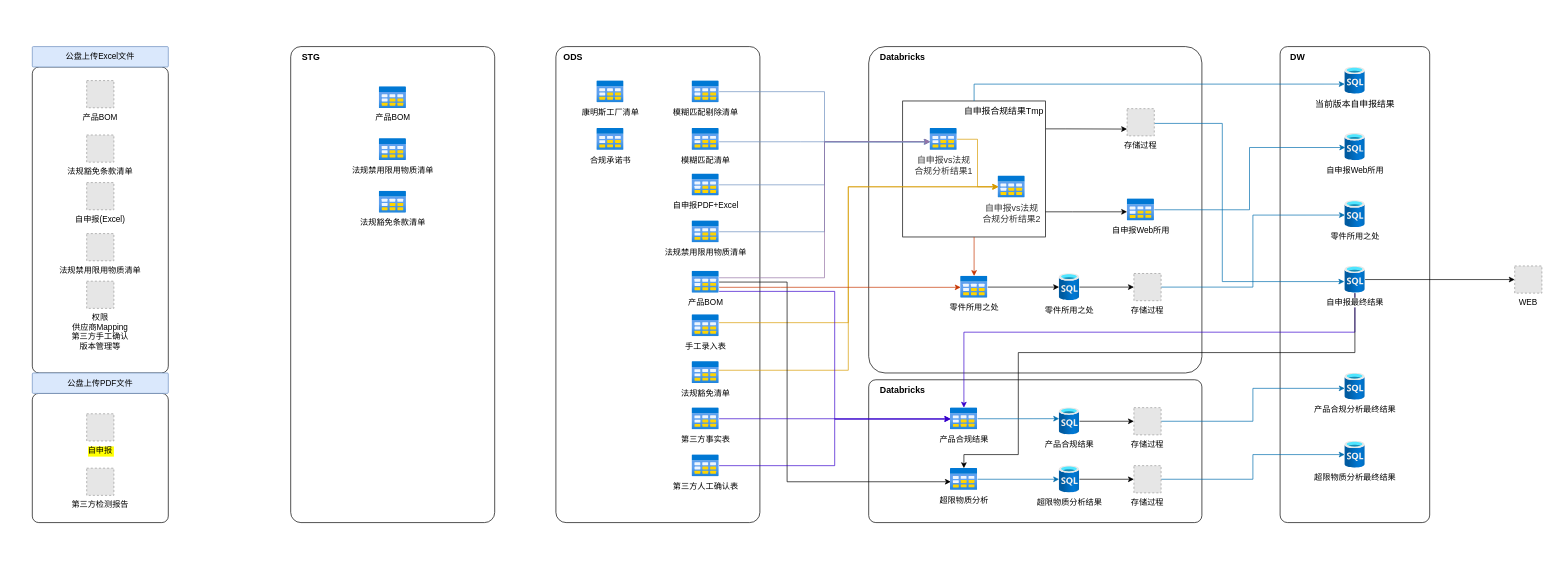
Earlier version of the draw.io diagram 未命名绘图.drawio (newforesee/test). Source tidied: cells renumbered, new cells numbered last; positions are measured from the earlier drawing's top-left corner, leaving out a move shared by most shapes. Both pictures are drawn from the tidied source at 68%, with x=0, y=0 at pixel (32, 46). Pictures stored in the file or linked from it are replaced by grey dashed boxes.
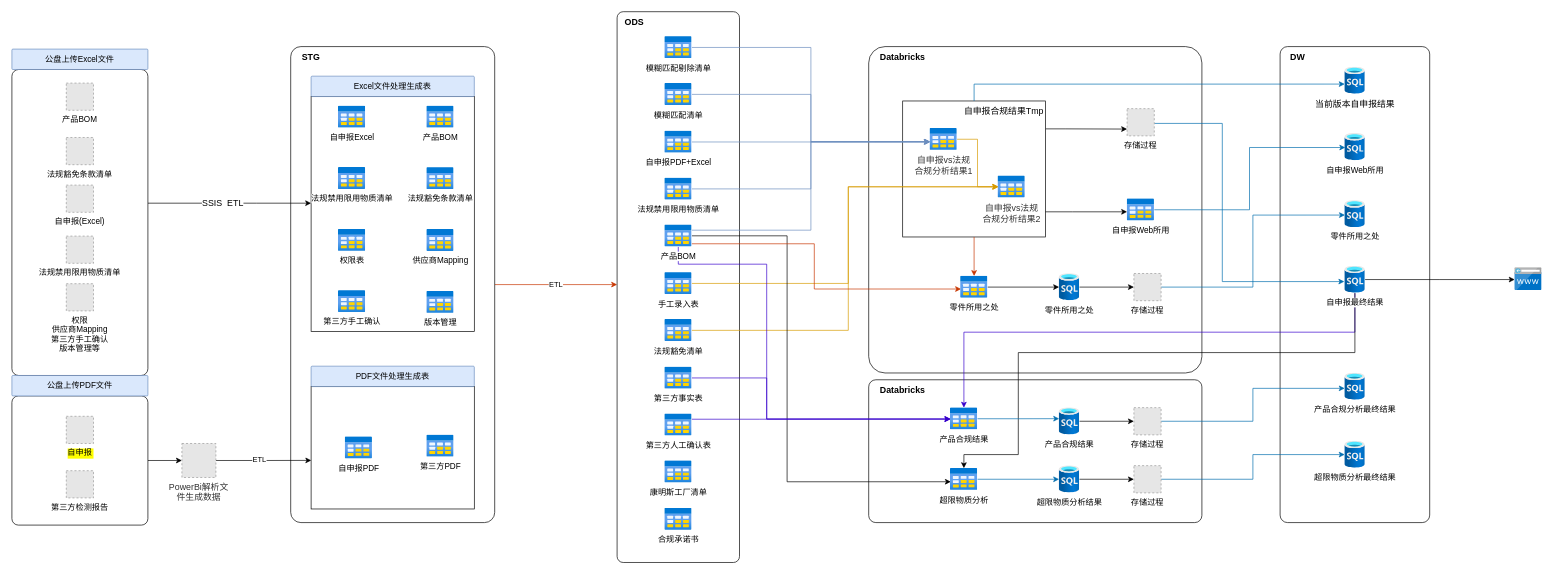
After the change.

Commit message (it also covers changes not shown here):
更新未命名绘图.drawio

Unchanged cells that the change refers to:
```xml
<mxCell id="52" value="&lt;span style=&quot;color: rgb(50, 50, 50); font-family: 微软雅黑; font-size: 13px; background-color: rgba(255, 255, 255, 0.01);&quot;&gt;自申报vs法规&lt;br&gt;合规分析结果2&lt;/span&gt;" style="html=1;points=[];align=center;image;fontSize=12;image=img/lib/azure2/general/Table.svg;" parent="1" vertex="1">
  <mxGeometry x="1420" y="190" width="40" height="32.6" as="geometry" />
</mxCell>
<mxCell id="54" value="&lt;span style=&quot;color: rgb(50, 50, 50); font-family: 微软雅黑; font-size: 13px; background-color: rgba(255, 255, 255, 0.01);&quot;&gt;自申报vs法规&lt;br&gt;合规分析结果1&lt;/span&gt;" style="html=1;points=[];align=center;image;fontSize=12;image=img/lib/azure2/general/Table.svg;" parent="1" vertex="1">
  <mxGeometry x="1320" y="120" width="40" height="32.6" as="geometry" />
</mxCell>
<mxCell id="59" value="零件所用之处" style="html=1;points=[];align=center;image;fontSize=12;image=img/lib/azure2/general/Table.svg;" parent="1" vertex="1">
  <mxGeometry x="1365" y="337.4" width="40" height="32.6" as="geometry" />
</mxCell>
<mxCell id="63" value="自申报最终结果" style="html=1;points=[];align=center;image;fontSize=12;image=img/lib/azure2/databases/SQL_Database.svg;" parent="1" vertex="1">
  <mxGeometry x="1930" y="322.6" width="30" height="40" as="geometry" />
</mxCell>
<mxCell id="73" value="产品合规结果" style="html=1;points=[];align=center;image;fontSize=12;image=img/lib/azure2/general/Table.svg;labelBackgroundColor=#FFFFFF;fontColor=none;" parent="1" vertex="1">
  <mxGeometry x="1350" y="531" width="40" height="32.6" as="geometry" />
</mxCell>
<mxCell id="77" value="超限物质分析" style="html=1;points=[];align=center;image;fontSize=12;image=img/lib/azure2/general/Table.svg;labelBackgroundColor=#FFFFFF;fontColor=none;" parent="1" vertex="1">
  <mxGeometry x="1350" y="620" width="40" height="32.6" as="geometry" />
</mxCell>
```

What changed in the source:
```diff
@@
+    <mxCell id="90" value="ETL" style="edgeStyle=orthogonalEdgeStyle;rounded=0;jettySize=auto;html=1;strokeColor=#C73500;" parent="1" edge="1" source="7">
+      <mxGeometry relative="1" as="geometry">
+        <mxPoint x="860" y="350" as="targetPoint" />
+      </mxGeometry>
+    </mxCell>
+    <mxCell id="7" style="rounded=1;whiteSpace=wrap;html=1;labelBackgroundColor=#FFFF00;arcSize=5;" parent="1" vertex="1">
+      <mxGeometry x="380" width="300" height="700" as="geometry" />
+    </mxCell>
+    <mxCell id="91" style="rounded=0;whiteSpace=wrap;html=1;labelBackgroundColor=#FFFFFF;fontSize=13;fontColor=none;" parent="1" vertex="1">
+      <mxGeometry x="410" y="73.5" width="240" height="345.6" as="geometry" />
+    </mxCell>
@@
     <mxCell id="6" style="rounded=1;whiteSpace=wrap;html=1;arcSize=5;" parent="1" vertex="1">
-      <mxGeometry x="770" width="300" height="700" as="geometry" />
+      <mxGeometry x="860" y="-51.3" width="180" height="810" as="geometry" />
     </mxCell>
-    <mxCell id="7" style="rounded=1;whiteSpace=wrap;html=1;labelBackgroundColor=#FFFF00;arcSize=5;" parent="1" vertex="1">
-      <mxGeometry x="380" width="300" height="700" as="geometry" />
-    </mxCell>
+    <mxCell id="92" style="edgeStyle=orthogonalEdgeStyle;rounded=0;jettySize=auto;html=1;entryX=0;entryY=0.5;entryDx=0;entryDy=0;" parent="1" edge="1" source="8" target="108">
+      <mxGeometry relative="1" as="geometry" />
+    </mxCell>
     <mxCell id="8" style="rounded=1;whiteSpace=wrap;html=1;arcSize=5;" parent="1" vertex="1">
-      <mxGeometry y="510" width="200" height="190" as="geometry" />
+      <mxGeometry x="-30" y="513.7" width="200" height="190" as="geometry" />
     </mxCell>
+    <mxCell id="93" value="SSIS&amp;nbsp; ETL" style="edgeStyle=orthogonalEdgeStyle;rounded=0;jettySize=auto;html=1;entryX=0.1;entryY=0.329;entryDx=0;entryDy=0;entryPerimeter=0;strokeColor=#000000;fontSize=13;fontColor=none;" parent="1" edge="1" source="9" target="7">
+      <mxGeometry x="-0.08" relative="1" as="geometry">
+        <Array as="points">
+          <mxPoint x="330" y="230" />
+        </Array>
+      </mxGeometry>
+    </mxCell>
     <mxCell id="9" style="rounded=1;whiteSpace=wrap;html=1;arcSize=5;" parent="1" vertex="1">
-      <mxGeometry y="30" width="200" height="450" as="geometry" />
+      <mxGeometry x="-30" y="33.7" width="200" height="450" as="geometry" />
     </mxCell>
     <mxCell id="10" value="产品BOM&#10;" style="fillColor=#E6E6E6;strokeColor=#999999;dashed=1;verticalLabelPosition=bottom;labelBackgroundColor=default;verticalAlign=top;" parent="1" vertex="1">
-      <mxGeometry x="80" y="50" width="40" height="40" as="geometry" />
+      <mxGeometry x="50" y="53.7" width="40" height="40" as="geometry" />
     </mxCell>
     <mxCell id="11" value="法规禁用限用物质清单" style="fillColor=#E6E6E6;strokeColor=#999999;dashed=1;verticalLabelPosition=bottom;labelBackgroundColor=default;verticalAlign=top;" parent="1" vertex="1">
-      <mxGeometry x="80" y="275" width="40" height="40" as="geometry" />
+      <mxGeometry x="50" y="278.7" width="40" height="40" as="geometry" />
     </mxCell>
     <mxCell id="12" value="法规豁免条款清单" style="fillColor=#E6E6E6;strokeColor=#999999;dashed=1;verticalLabelPosition=bottom;labelBackgroundColor=default;verticalAlign=top;" parent="1" vertex="1">
-      <mxGeometry x="80" y="130" width="40" height="40" as="geometry" />
+      <mxGeometry x="50" y="133.7" width="40" height="40" as="geometry" />
     </mxCell>
     <mxCell id="13" value="权限&#10;供应商Mapping&#10;第三方手工确认&#10;版本管理等" style="fillColor=#E6E6E6;strokeColor=#999999;dashed=1;verticalLabelPosition=bottom;labelBackgroundColor=default;verticalAlign=top;" parent="1" vertex="1">
-      <mxGeometry x="80" y="345" width="40" height="40" as="geometry" />
+      <mxGeometry x="50" y="348.7" width="40" height="40" as="geometry" />
     </mxCell>
     <mxCell id="14" value="自申报(Excel)" style="fillColor=#E6E6E6;strokeColor=#999999;dashed=1;verticalLabelPosition=bottom;labelBackgroundColor=default;verticalAlign=top;" parent="1" vertex="1">
-      <mxGeometry x="80" y="200" width="40" height="40" as="geometry" />
+      <mxGeometry x="50" y="203.7" width="40" height="40" as="geometry" />
     </mxCell>
     <mxCell id="15" value="自申报" style="fillColor=#E6E6E6;strokeColor=#999999;dashed=1;verticalLabelPosition=bottom;labelBackgroundColor=#FFFF00;verticalAlign=top;" parent="1" vertex="1">
-      <mxGeometry x="80" y="540" width="40" height="40" as="geometry" />
+      <mxGeometry x="50" y="543.7" width="40" height="40" as="geometry" />
     </mxCell>
     <mxCell id="16" value="第三方检测报告" style="fillColor=#E6E6E6;strokeColor=#999999;dashed=1;verticalLabelPosition=bottom;labelBackgroundColor=#ffffff;verticalAlign=top;" parent="1" vertex="1">
-      <mxGeometry x="80" y="620" width="40" height="40" as="geometry" />
+      <mxGeometry x="50" y="623.7" width="40" height="40" as="geometry" />
     </mxCell>
     <mxCell id="17" value="公盘上传Excel文件" style="rounded=1;whiteSpace=wrap;html=1;arcSize=5;absoluteArcSize=0;fillColor=#dae8fc;strokeColor=#6c8ebf;" parent="1" vertex="1">
-      <mxGeometry width="200" height="30" as="geometry" />
+      <mxGeometry x="-30" y="3.7" width="200" height="30" as="geometry" />
     </mxCell>
@@
-    <mxCell id="23" value="WEB" style="fillColor=#E6E6E6;strokeColor=#999999;dashed=1;verticalLabelPosition=bottom;labelBackgroundColor=default;verticalAlign=top;" parent="1" vertex="1">
-      <mxGeometry x="2180" y="322.6" width="40" height="40" as="geometry" />
-    </mxCell>
     <mxCell id="24" value="公盘上传PDF文件" style="rounded=1;whiteSpace=wrap;html=1;arcSize=5;absoluteArcSize=0;fillColor=#dae8fc;strokeColor=#6c8ebf;" parent="1" vertex="1">
-      <mxGeometry y="480" width="200" height="30" as="geometry" />
+      <mxGeometry x="-30" y="483.7" width="200" height="30" as="geometry" />
     </mxCell>
@@
-    <mxCell id="26" value="产品BOM" style="html=1;align=center;image;fontSize=12;image=img/lib/azure2/general/Table.svg;" parent="1" vertex="1">
-      <mxGeometry x="510" y="58.7" width="40" height="32.6" as="geometry" />
+    <mxCell id="26" value="产品BOM" style="html=1;align=center;image;fontSize=12;image=img/lib/azure2/general/Table.svg;flipV=0;" parent="1" vertex="1">
+      <mxGeometry x="580" y="87.2" width="40" height="32.6" as="geometry" />
     </mxCell>
@@
-    <mxCell id="30" style="edgeStyle=orthogonalEdgeStyle;rounded=0;jettySize=auto;html=1;entryX=-0.011;entryY=0.614;entryDx=0;entryDy=0;entryPerimeter=0;fontSize=13;fillColor=#dae8fc;strokeColor=#6c8ebf;" parent="1" edge="1" source="68" target="54">
-      <mxGeometry relative="1" as="geometry">
-        <Array as="points">
-          <mxPoint x="1130" y="140" />
-          <mxPoint x="1130" y="140" />
-        </Array>
-      </mxGeometry>
-    </mxCell>
     <mxCell id="31" style="edgeStyle=orthogonalEdgeStyle;rounded=0;jettySize=auto;html=1;entryX=0.007;entryY=0.497;entryDx=0;entryDy=0;entryPerimeter=0;fontSize=13;fillColor=#ffe6cc;strokeColor=#d79b00;" parent="1" edge="1" source="37" target="52">
       <mxGeometry relative="1" as="geometry">
         <Array as="points">
-          <mxPoint x="1200" y="476" />
+          <mxPoint x="1200" y="417" />
           <mxPoint x="1200" y="206" />
         </Array>
       </mxGeometry>
     </mxCell>
     <mxCell id="32" style="edgeStyle=orthogonalEdgeStyle;rounded=0;jettySize=auto;html=1;entryX=0.025;entryY=0.497;entryDx=0;entryDy=0;entryPerimeter=0;fontSize=13;fillColor=#ffe6cc;strokeColor=#d79b00;" parent="1" edge="1" source="36" target="52">
       <mxGeometry relative="1" as="geometry">
         <Array as="points">
-          <mxPoint x="1200" y="406" />
+          <mxPoint x="1200" y="348" />
           <mxPoint x="1200" y="206" />
         </Array>
       </mxGeometry>
     </mxCell>
     <mxCell id="33" value="法规禁用限用物质清单" style="html=1;align=center;image;fontSize=12;image=img/lib/azure2/general/Table.svg;" parent="1" vertex="1">
-      <mxGeometry x="510" y="135" width="40" height="32.6" as="geometry" />
+      <mxGeometry x="450" y="177.5" width="40" height="32.6" as="geometry" />
     </mxCell>
-    <mxCell id="34" value="法规豁免条款清单" style="html=1;align=center;image;fontSize=12;image=img/lib/azure2/general/Table.svg;" parent="1" vertex="1">
-      <mxGeometry x="510" y="212.4" width="40" height="32.6" as="geometry" />
+    <mxCell id="34" value="法规豁免条款清单" style="html=1;align=center;image;fontSize=12;image=img/lib/azure2/general/Table.svg;flipV=0;" parent="1" vertex="1">
+      <mxGeometry x="580" y="177.7" width="40" height="32.6" as="geometry" />
     </mxCell>
     <mxCell id="35" value="合规承诺书" style="html=1;align=center;image;fontSize=12;image=img/lib/azure2/general/Table.svg;" parent="1" vertex="1">
-      <mxGeometry x="830" y="120" width="40" height="32.6" as="geometry" />
+      <mxGeometry x="930" y="678.7" width="40" height="32.6" as="geometry" />
     </mxCell>
     <mxCell id="36" value="手工录入表" style="html=1;points=[];align=center;image;fontSize=12;image=img/lib/azure2/general/Table.svg;" parent="1" vertex="1">
-      <mxGeometry x="970" y="394" width="40" height="32.6" as="geometry" />
+      <mxGeometry x="930" y="332" width="40" height="32.6" as="geometry" />
     </mxCell>
     <mxCell id="37" value="法规豁免清单" style="html=1;points=[];align=center;image;fontSize=12;image=img/lib/azure2/general/Table.svg;" parent="1" vertex="1">
-      <mxGeometry x="970" y="463" width="40" height="32.6" as="geometry" />
+      <mxGeometry x="930" y="401" width="40" height="32.6" as="geometry" />
     </mxCell>
     <mxCell id="38" value="康明斯工厂清单" style="html=1;align=center;image;fontSize=12;image=img/lib/azure2/general/Table.svg;" parent="1" vertex="1">
-      <mxGeometry x="830" y="50" width="40" height="32.6" as="geometry" />
+      <mxGeometry x="930" y="609" width="40" height="32.6" as="geometry" />
     </mxCell>
     <mxCell id="39" value="ODS" style="text;html=1;align=center;verticalAlign=middle;strokeColor=none;fillColor=none;fontStyle=1;fontSize=13;" parent="1" vertex="1">
-      <mxGeometry x="770" width="50" height="30" as="geometry" />
+      <mxGeometry x="860" y="-51.3" width="50" height="30" as="geometry" />
     </mxCell>
     <mxCell id="40" value="自申报PDF+Excel" style="html=1;points=[];align=center;image;fontSize=12;image=img/lib/azure2/general/Table.svg;" parent="1" vertex="1">
-      <mxGeometry x="970" y="187" width="40" height="32.6" as="geometry" />
+      <mxGeometry x="930" y="124" width="40" height="32.6" as="geometry" />
     </mxCell>
-    <mxCell id="41" style="edgeStyle=orthogonalEdgeStyle;rounded=0;jettySize=auto;html=1;entryX=0.008;entryY=0.607;entryDx=0;entryDy=0;entryPerimeter=0;strokeColor=#9673a6;fontSize=13;fontColor=none;fillColor=#e1d5e7;" parent="1" edge="1" source="45" target="54">
-      <mxGeometry relative="1" as="geometry">
-        <Array as="points">
-          <mxPoint x="1165" y="340" />
-          <mxPoint x="1165" y="140" />
-        </Array>
-      </mxGeometry>
-    </mxCell>
     <mxCell id="42" style="edgeStyle=orthogonalEdgeStyle;rounded=0;jettySize=auto;html=1;entryX=0.019;entryY=0.612;entryDx=0;entryDy=0;entryPerimeter=0;strokeColor=#000000;fontSize=13;fontColor=none;fillColor=#ffff88;" parent="1" edge="1" source="45" target="77">
       <mxGeometry relative="1" as="geometry">
         <Array as="points">
-          <mxPoint x="1110" y="346" />
+          <mxPoint x="1110" y="278" />
           <mxPoint x="1110" y="640" />
         </Array>
       </mxGeometry>
     </mxCell>
     <mxCell id="43" style="edgeStyle=orthogonalEdgeStyle;rounded=0;jettySize=auto;html=1;entryX=0.012;entryY=0.515;entryDx=0;entryDy=0;entryPerimeter=0;strokeColor=#3700CC;fontSize=13;fontColor=none;fillColor=#6a00ff;" parent="1" edge="1" source="45" target="73">
       <mxGeometry relative="1" as="geometry">
         <Array as="points">
-          <mxPoint x="1180" y="360" />
-          <mxPoint x="1180" y="548" />
+          <mxPoint x="1080" y="320" />
+          <mxPoint x="1080" y="548" />
         </Array>
       </mxGeometry>
     </mxCell>
+    <mxCell id="41" style="edgeStyle=orthogonalEdgeStyle;rounded=0;jettySize=auto;html=1;entryX=0;entryY=0.614;entryDx=0;entryDy=0;entryPerimeter=0;fillColor=#dae8fc;strokeColor=#6c8ebf;" parent="1" edge="1" source="45" target="54">
+      <mxGeometry relative="1" as="geometry">
+        <Array as="points">
+          <mxPoint x="1145" y="270" />
+          <mxPoint x="1145" y="140" />
+        </Array>
+      </mxGeometry>
+    </mxCell>
-    <mxCell id="44" style="edgeStyle=orthogonalEdgeStyle;rounded=0;jettySize=auto;html=1;entryX=0.006;entryY=0.511;entryDx=0;entryDy=0;entryPerimeter=0;strokeColor=#C73500;fontSize=13;fontColor=none;fillColor=#e51400;" parent="1" edge="1" source="45" target="59">
+    <mxCell id="44" style="edgeStyle=orthogonalEdgeStyle;rounded=0;jettySize=auto;html=1;entryX=0.02;entryY=0.587;entryDx=0;entryDy=0;entryPerimeter=0;strokeColor=#C73500;" parent="1" edge="1" source="45" target="59">
       <mxGeometry relative="1" as="geometry">
         <Array as="points">
-          <mxPoint x="1100" y="354" />
-          <mxPoint x="1100" y="354" />
+          <mxPoint x="1150" y="290" />
+          <mxPoint x="1150" y="357" />
         </Array>
       </mxGeometry>
     </mxCell>
     <mxCell id="45" value="产品BOM" style="html=1;points=[];align=center;image;fontSize=12;image=img/lib/azure2/general/Table.svg;" parent="1" vertex="1">
-      <mxGeometry x="970" y="330" width="40" height="32.6" as="geometry" />
+      <mxGeometry x="930" y="262" width="40" height="32.6" as="geometry" />
     </mxCell>
     <mxCell id="46" value="法规禁用限用物质清单" style="html=1;points=[];align=center;image;fontSize=12;image=img/lib/azure2/general/Table.svg;" parent="1" vertex="1">
-      <mxGeometry x="970" y="256" width="40" height="32.6" as="geometry" />
+      <mxGeometry x="930" y="193" width="40" height="32.6" as="geometry" />
     </mxCell>
     <mxCell id="47" value="模糊匹配剔除清单" style="html=1;points=[];align=center;image;fontSize=12;image=img/lib/azure2/general/Table.svg;" parent="1" vertex="1">
-      <mxGeometry x="970" y="50" width="40" height="32.6" as="geometry" />
+      <mxGeometry x="930" y="-15" width="40" height="32.6" as="geometry" />
     </mxCell>
@@
-    <mxCell id="62" style="edgeStyle=orthogonalEdgeStyle;rounded=0;jettySize=auto;html=1;entryX=0;entryY=0.5;entryDx=0;entryDy=0;strokeColor=#000000;fontSize=13;fontColor=none;" parent="1" edge="1" source="63" target="23">
-      <mxGeometry relative="1" as="geometry" />
+    <mxCell id="62" style="edgeStyle=orthogonalEdgeStyle;rounded=0;jettySize=auto;html=1;entryX=0;entryY=0.5;entryDx=0;entryDy=0;strokeColor=#000000;fontSize=13;fontColor=none;" parent="1" edge="1" source="63">
+      <mxGeometry relative="1" as="geometry">
+        <mxPoint x="2180" y="342.6" as="targetPoint" />
+      </mxGeometry>
     </mxCell>
@@
     <mxCell id="64" style="edgeStyle=orthogonalEdgeStyle;rounded=0;jettySize=auto;html=1;entryX=-0.004;entryY=0.515;entryDx=0;entryDy=0;entryPerimeter=0;strokeColor=#3700CC;fontSize=13;fontColor=none;fillColor=#6a00ff;" parent="1" edge="1" source="65" target="73">
-      <mxGeometry relative="1" as="geometry" />
+      <mxGeometry relative="1" as="geometry">
+        <Array as="points">
+          <mxPoint x="1070" y="548" />
+          <mxPoint x="1070" y="548" />
+        </Array>
+      </mxGeometry>
     </mxCell>
     <mxCell id="65" value="第三方人工确认表" style="html=1;points=[];align=center;image;fontSize=12;image=img/lib/azure2/general/Table.svg;labelBackgroundColor=#FFFFFF;fontColor=none;" parent="1" vertex="1">
-      <mxGeometry x="970" y="600" width="40" height="32.6" as="geometry" />
+      <mxGeometry x="930" y="540" width="40" height="32.6" as="geometry" />
     </mxCell>
-    <mxCell id="66" style="edgeStyle=orthogonalEdgeStyle;rounded=0;jettySize=auto;html=1;strokeColor=#3700CC;fontSize=13;fontColor=none;fillColor=#6a00ff;" parent="1" edge="1" source="67" target="73">
-      <mxGeometry relative="1" as="geometry" />
+    <mxCell id="66" style="edgeStyle=orthogonalEdgeStyle;rounded=0;jettySize=auto;html=1;entryX=0.008;entryY=0.512;entryDx=0;entryDy=0;entryPerimeter=0;strokeColor=#3700CC;fillColor=#6a00ff;" parent="1" edge="1" source="67" target="73">
+      <mxGeometry relative="1" as="geometry">
+        <Array as="points">
+          <mxPoint x="1080" y="487" />
+          <mxPoint x="1080" y="548" />
+        </Array>
+      </mxGeometry>
     </mxCell>
     <mxCell id="67" value="第三方事实表" style="html=1;points=[];align=center;image;fontSize=12;image=img/lib/azure2/general/Table.svg;labelBackgroundColor=#FFFFFF;fontColor=none;" parent="1" vertex="1">
-      <mxGeometry x="970" y="531" width="40" height="32.6" as="geometry" />
+      <mxGeometry x="930" y="471" width="40" height="32.6" as="geometry" />
     </mxCell>
+    <mxCell id="30" style="edgeStyle=orthogonalEdgeStyle;rounded=0;jettySize=auto;html=1;entryX=0;entryY=0.614;entryDx=0;entryDy=0;entryPerimeter=0;fillColor=#dae8fc;strokeColor=#6c8ebf;" parent="1" edge="1" source="68" target="54">
+      <mxGeometry relative="1" as="geometry" />
+    </mxCell>
     <mxCell id="68" value="模糊匹配清单" style="html=1;points=[];align=center;image;fontSize=12;image=img/lib/azure2/general/Table.svg;" parent="1" vertex="1">
-      <mxGeometry x="970" y="120" width="40" height="32.6" as="geometry" />
+      <mxGeometry x="930" y="54" width="40" height="32.6" as="geometry" />
     </mxCell>
@@
+    <mxCell id="94" value="权限表" style="html=1;align=center;image;fontSize=12;image=img/lib/azure2/general/Table.svg;labelBackgroundColor=#FFFFFF;fontColor=none;" parent="1" vertex="1">
+      <mxGeometry x="450" y="268.5" width="40" height="32.6" as="geometry" />
+    </mxCell>
+    <mxCell id="95" value="供应商Mapping" style="html=1;align=center;image;fontSize=12;image=img/lib/azure2/general/Table.svg;labelBackgroundColor=#FFFFFF;fontColor=none;flipV=0;" parent="1" vertex="1">
+      <mxGeometry x="580" y="268.7" width="40" height="32.6" as="geometry" />
+    </mxCell>
+    <mxCell id="96" value="第三方手工确认" style="html=1;align=center;image;fontSize=12;image=img/lib/azure2/general/Table.svg;labelBackgroundColor=#FFFFFF;fontColor=none;" parent="1" vertex="1">
+      <mxGeometry x="450" y="358.5" width="40" height="32.6" as="geometry" />
+    </mxCell>
+    <mxCell id="97" value="版本管理" style="html=1;align=center;image;fontSize=12;image=img/lib/azure2/general/Table.svg;labelBackgroundColor=#FFFFFF;fontColor=none;flipV=0;" parent="1" vertex="1">
+      <mxGeometry x="580" y="359.7" width="40" height="32.6" as="geometry" />
+    </mxCell>
+    <mxCell id="98" value="自申报Excel" style="html=1;align=center;image;fontSize=12;image=img/lib/azure2/general/Table.svg;labelBackgroundColor=#FFFFFF;fontColor=none;" parent="1" vertex="1">
+      <mxGeometry x="450" y="87.2" width="40" height="32.6" as="geometry" />
+    </mxCell>
+    <mxCell id="99" value="Excel文件处理生成表" style="rounded=1;whiteSpace=wrap;html=1;arcSize=5;absoluteArcSize=0;fillColor=#dae8fc;strokeColor=#6c8ebf;" parent="1" vertex="1">
+      <mxGeometry x="410" y="43.5" width="240" height="30" as="geometry" />
+    </mxCell>
+    <mxCell id="100" style="rounded=0;whiteSpace=wrap;html=1;labelBackgroundColor=#FFFFFF;fontSize=13;fontColor=none;" parent="1" vertex="1">
+      <mxGeometry x="410" y="500" width="240" height="180" as="geometry" />
+    </mxCell>
+    <mxCell id="101" value="PDF文件处理生成表" style="rounded=1;whiteSpace=wrap;html=1;arcSize=5;absoluteArcSize=0;fillColor=#dae8fc;strokeColor=#6c8ebf;" parent="1" vertex="1">
+      <mxGeometry x="410" y="470" width="240" height="30" as="geometry" />
+    </mxCell>
+    <mxCell id="102" value="自申报PDF" style="html=1;align=center;image;fontSize=12;image=img/lib/azure2/general/Table.svg;labelBackgroundColor=#FFFFFF;fontColor=none;" parent="1" vertex="1">
+      <mxGeometry x="460" y="573.7" width="40" height="32.6" as="geometry" />
+    </mxCell>
+    <mxCell id="103" value="第三方PDF" style="html=1;align=center;image;fontSize=12;image=img/lib/azure2/general/Table.svg;labelBackgroundColor=#FFFFFF;fontColor=none;" parent="1" vertex="1">
+      <mxGeometry x="580" y="571" width="40" height="32.6" as="geometry" />
+    </mxCell>
+    <mxCell id="104" value="&lt;span style=&quot;color: rgb(50, 50, 50); font-family: 微软雅黑; background-color: rgba(255, 255, 255, 0.01);&quot;&gt;PowerBi解析文件生成数据&lt;/span&gt;" style="text;strokeColor=none;align=center;fillColor=none;html=1;verticalAlign=middle;whiteSpace=wrap;rounded=0;labelBackgroundColor=#FFFFFF;fontSize=13;fontColor=none;" parent="1" vertex="1">
+      <mxGeometry x="200" y="640" width="90" height="30" as="geometry" />
+    </mxCell>
+    <mxCell id="105" style="sketch=0;html=1;align=center;image;fontSize=12;image=img/lib/mscae/CustomDomain.svg;" parent="1" vertex="1">
+      <mxGeometry x="2180" y="324.9" width="40" height="33.6" as="geometry" />
+    </mxCell>
+    <mxCell id="106" style="edgeStyle=orthogonalEdgeStyle;rounded=0;jettySize=auto;html=1;entryX=0.001;entryY=0.603;entryDx=0;entryDy=0;entryPerimeter=0;" parent="1" edge="1" source="108" target="100">
+      <mxGeometry relative="1" as="geometry" />
+    </mxCell>
+    <mxCell id="107" value="ETL" style="edgeLabel;html=1;align=center;verticalAlign=middle;" parent="106" vertex="1">
+      <mxGeometry x="-0.1" y="2" relative="1" as="geometry" />
+    </mxCell>
+    <mxCell id="108" style="fillColor=#E6E6E6;strokeColor=#999999;dashed=1;verticalLabelPosition=bottom;labelBackgroundColor=default;verticalAlign=top;" parent="1" vertex="1">
+      <mxGeometry x="220" y="583.7" width="50" height="50" as="geometry" />
+    </mxCell>
```
